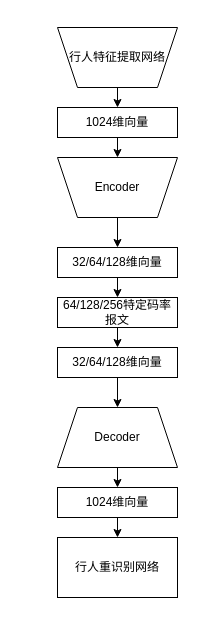
Above: deploy.drawio in foreignbill/drawio (draw.io), before the change. Source tidied: cells renumbered, new cells numbered last; positions are measured from the earlier drawing's top-left corner, leaving out a move shared by most shapes. Both pictures are drawn from the tidied source at 100%, with x=0, y=0 at pixel (57, 27).
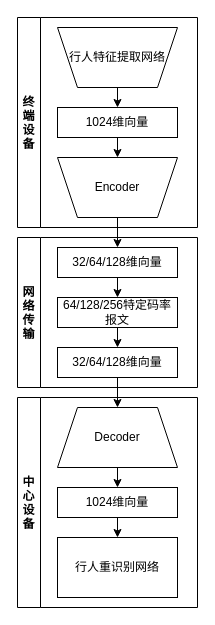
The same page after the edit.

What changed in the source:
```diff
@@
+    <mxCell id="19" value="终&#10;端&#10;设&#10;备" style="swimlane;direction=north;" parent="1" vertex="1">
+      <mxGeometry x="-40" y="-10" width="180" height="210" as="geometry" />
+    </mxCell>
+    <mxCell id="20" value="网&#10;络&#10;传&#10;输" style="swimlane;direction=north;" parent="1" vertex="1">
+      <mxGeometry x="-40" y="210" width="180" height="150" as="geometry" />
+    </mxCell>
+    <mxCell id="21" value="中&#10;心&#10;设&#10;备" style="swimlane;direction=north;" parent="1" vertex="1">
+      <mxGeometry x="-40" y="370" width="180" height="210" as="geometry" />
+    </mxCell>
```
